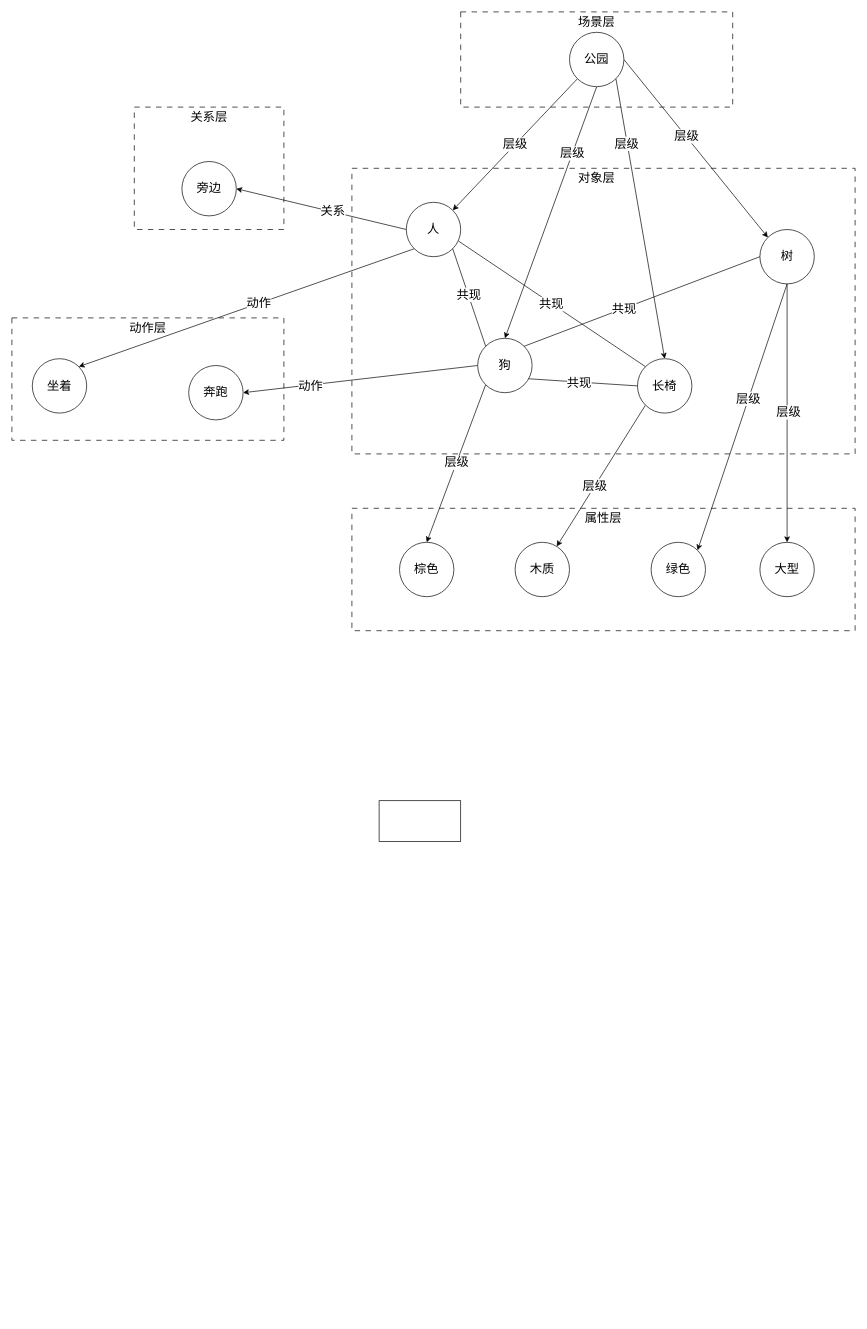
huaxiaojilzg/workflow_draw keeps this draw.io diagram as 图神经网络增强的图像检索.drawio. Above is the earlier version. Source tidied: cells renumbered, new cells numbered last; positions are measured from the earlier drawing's top-left corner, leaving out a move shared by most shapes. Both pictures are drawn from the tidied source at 68%, with x=0, y=0 at pixel (12, 12).
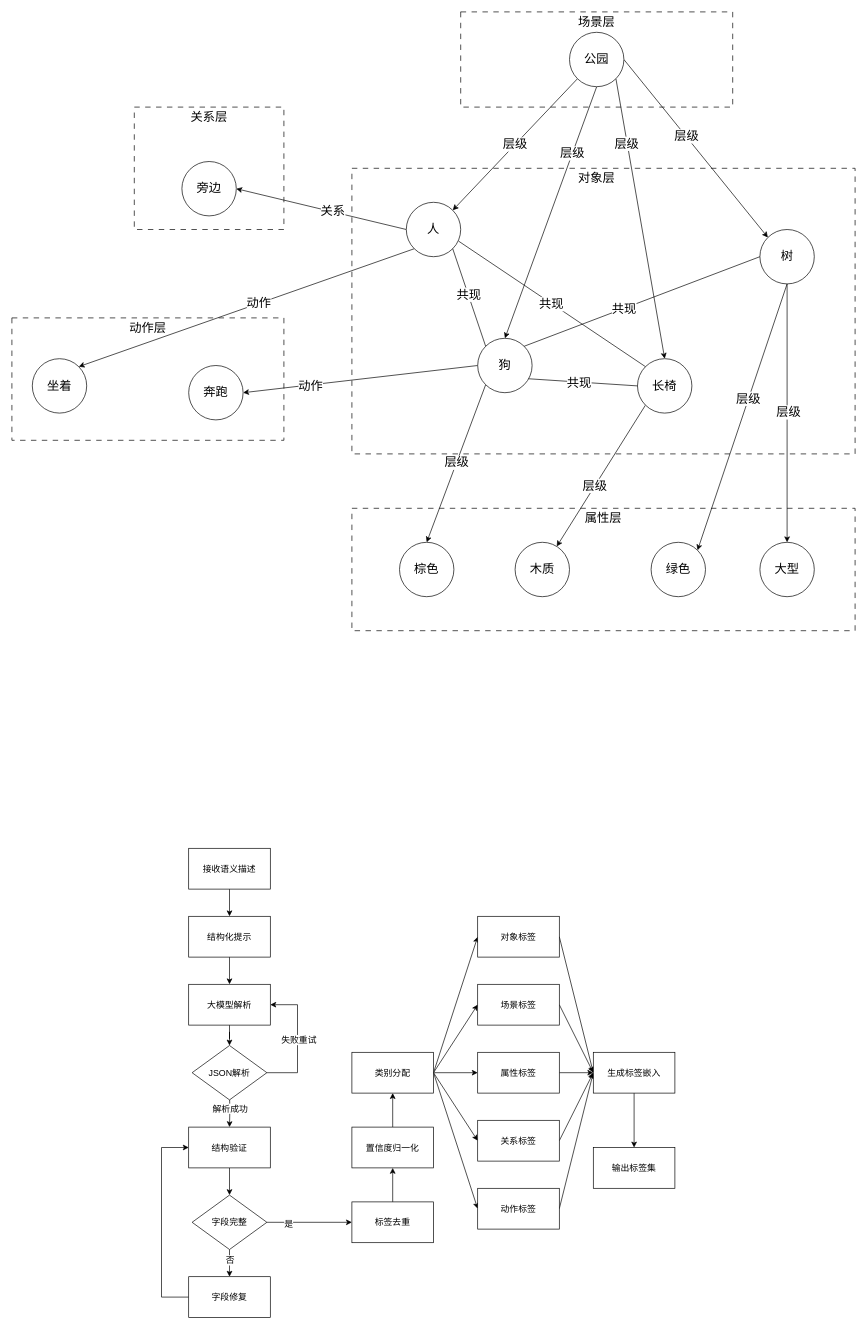
After the change.

Commit message:
更新图神经网络增强的图像检索.drawio

The edit, as a diff of the source:
```diff
@@
+    <mxCell id="55" style="edgeStyle=orthogonalEdgeStyle;rounded=0;jettySize=auto;html=1;fontSize=13;" parent="1" edge="1" source="54" target="57">
+      <mxGeometry relative="1" as="geometry" />
+    </mxCell>
-    <mxCell id="54" style="rounded=0;whiteSpace=wrap;html=1;" parent="1" vertex="1">
-      <mxGeometry x="540" y="1160" width="120" height="60" as="geometry" />
+    <mxCell id="54" value="接收语义描述" style="rounded=0;whiteSpace=wrap;html=1;fontSize=13;" parent="1" vertex="1">
+      <mxGeometry x="260" y="1230" width="120" height="60" as="geometry" />
     </mxCell>
+    <mxCell id="56" style="edgeStyle=orthogonalEdgeStyle;rounded=0;jettySize=auto;html=1;fontSize=13;" parent="1" edge="1" source="57" target="59">
+      <mxGeometry relative="1" as="geometry" />
+    </mxCell>
+    <mxCell id="57" value="结构化提示" style="whiteSpace=wrap;html=1;rounded=0;fontSize=13;" parent="1" vertex="1">
+      <mxGeometry x="260" y="1330" width="120" height="60" as="geometry" />
+    </mxCell>
+    <mxCell id="58" style="edgeStyle=orthogonalEdgeStyle;rounded=0;jettySize=auto;html=1;fontSize=13;" parent="1" edge="1" source="59" target="66">
+      <mxGeometry relative="1" as="geometry" />
+    </mxCell>
+    <mxCell id="59" value="大模型解析" style="whiteSpace=wrap;html=1;rounded=0;fontSize=13;" parent="1" vertex="1">
+      <mxGeometry x="260" y="1430" width="120" height="60" as="geometry" />
+    </mxCell>
+    <mxCell id="60" style="edgeStyle=orthogonalEdgeStyle;rounded=0;jettySize=auto;html=1;fontSize=13;" parent="1" edge="1" target="63">
+      <mxGeometry relative="1" as="geometry">
+        <mxPoint x="320" y="1590" as="sourcePoint" />
+      </mxGeometry>
+    </mxCell>
+    <mxCell id="61" value="解析成功" style="edgeLabel;html=1;align=center;verticalAlign=middle;fontSize=13;" parent="60" vertex="1">
+      <mxGeometry x="-0.09" relative="1" as="geometry" />
+    </mxCell>
+    <mxCell id="62" style="edgeStyle=orthogonalEdgeStyle;rounded=0;jettySize=auto;html=1;fontSize=13;" parent="1" edge="1" source="63" target="71">
+      <mxGeometry relative="1" as="geometry" />
+    </mxCell>
+    <mxCell id="63" value="结构验证" style="whiteSpace=wrap;html=1;rounded=0;fontSize=13;" parent="1" vertex="1">
+      <mxGeometry x="260" y="1640" width="120" height="60" as="geometry" />
+    </mxCell>
+    <mxCell id="64" style="edgeStyle=orthogonalEdgeStyle;rounded=0;jettySize=auto;html=1;exitX=1;exitY=0.5;exitDx=0;exitDy=0;entryX=1;entryY=0.5;entryDx=0;entryDy=0;fontSize=13;" parent="1" edge="1" source="66" target="59">
+      <mxGeometry relative="1" as="geometry">
+        <Array as="points">
+          <mxPoint x="420" y="1560" />
+          <mxPoint x="420" y="1460" />
+        </Array>
+      </mxGeometry>
+    </mxCell>
+    <mxCell id="65" value="失败重试" style="edgeLabel;html=1;align=center;verticalAlign=middle;fontSize=13;" parent="64" vertex="1">
+      <mxGeometry x="0.02" y="-1" relative="1" as="geometry" />
+    </mxCell>
+    <mxCell id="66" value="JSON解析" style="rhombus;whiteSpace=wrap;html=1;rounded=0;fontSize=13;" parent="1" vertex="1">
+      <mxGeometry x="265" y="1520" width="110" height="80" as="geometry" />
+    </mxCell>
+    <mxCell id="67" style="edgeStyle=orthogonalEdgeStyle;rounded=0;jettySize=auto;html=1;exitX=1;exitY=0.5;exitDx=0;exitDy=0;entryX=0;entryY=0.5;entryDx=0;entryDy=0;fontSize=13;" parent="1" edge="1" source="71" target="73">
+      <mxGeometry relative="1" as="geometry" />
+    </mxCell>
+    <mxCell id="68" value="是" style="edgeLabel;html=1;align=center;verticalAlign=middle;fontSize=13;" parent="67" vertex="1">
+      <mxGeometry x="-0.5" y="-2" relative="1" as="geometry" />
+    </mxCell>
+    <mxCell id="69" style="edgeStyle=orthogonalEdgeStyle;rounded=0;jettySize=auto;html=1;fontSize=13;" parent="1" edge="1" source="71" target="83">
+      <mxGeometry relative="1" as="geometry" />
+    </mxCell>
+    <mxCell id="70" value="否" style="edgeLabel;html=1;align=center;verticalAlign=middle;fontSize=13;" parent="69" vertex="1">
+      <mxGeometry x="-0.44" y="1" relative="1" as="geometry">
+        <mxPoint x="-1" y="4" as="offset" />
+      </mxGeometry>
+    </mxCell>
+    <mxCell id="71" value="字段完整" style="rhombus;whiteSpace=wrap;html=1;rounded=0;fontSize=13;" parent="1" vertex="1">
+      <mxGeometry x="265" y="1740" width="110" height="80" as="geometry" />
+    </mxCell>
+    <mxCell id="72" style="edgeStyle=orthogonalEdgeStyle;rounded=0;jettySize=auto;html=1;fontSize=13;" parent="1" edge="1" source="73" target="75">
+      <mxGeometry relative="1" as="geometry" />
+    </mxCell>
+    <mxCell id="73" value="标签去重" style="whiteSpace=wrap;html=1;rounded=0;fontSize=13;" parent="1" vertex="1">
+      <mxGeometry x="500" y="1750" width="120" height="60" as="geometry" />
+    </mxCell>
+    <mxCell id="74" style="edgeStyle=orthogonalEdgeStyle;rounded=0;jettySize=auto;html=1;fontSize=13;" parent="1" edge="1" source="75" target="81">
+      <mxGeometry relative="1" as="geometry" />
+    </mxCell>
+    <mxCell id="75" value="置信度归一化" style="whiteSpace=wrap;html=1;rounded=0;fontSize=13;" parent="1" vertex="1">
+      <mxGeometry x="500" y="1640" width="120" height="60" as="geometry" />
+    </mxCell>
+    <mxCell id="76" style="rounded=0;jettySize=auto;html=1;exitX=1;exitY=0.5;exitDx=0;exitDy=0;entryX=0;entryY=0.5;entryDx=0;entryDy=0;fontSize=13;" parent="1" edge="1" source="81" target="91">
+      <mxGeometry relative="1" as="geometry" />
+    </mxCell>
+    <mxCell id="77" style="rounded=0;jettySize=auto;html=1;exitX=1;exitY=0.5;exitDx=0;exitDy=0;entryX=0;entryY=0.5;entryDx=0;entryDy=0;fontSize=13;" parent="1" edge="1" source="81" target="93">
+      <mxGeometry relative="1" as="geometry" />
+    </mxCell>
+    <mxCell id="78" style="rounded=0;jettySize=auto;html=1;exitX=1;exitY=0.5;exitDx=0;exitDy=0;entryX=0;entryY=0.5;entryDx=0;entryDy=0;fontSize=13;" parent="1" edge="1" source="81" target="89">
+      <mxGeometry relative="1" as="geometry" />
+    </mxCell>
+    <mxCell id="79" style="edgeStyle=orthogonalEdgeStyle;rounded=0;jettySize=auto;html=1;exitX=1;exitY=0.5;exitDx=0;exitDy=0;entryX=0;entryY=0.5;entryDx=0;entryDy=0;fontSize=13;" parent="1" edge="1" source="81" target="85">
+      <mxGeometry relative="1" as="geometry" />
+    </mxCell>
+    <mxCell id="80" style="rounded=0;jettySize=auto;html=1;exitX=1;exitY=0.5;exitDx=0;exitDy=0;entryX=0;entryY=0.5;entryDx=0;entryDy=0;fontSize=13;" parent="1" edge="1" source="81" target="87">
+      <mxGeometry relative="1" as="geometry" />
+    </mxCell>
+    <mxCell id="81" value="类别分配" style="whiteSpace=wrap;html=1;rounded=0;fontSize=13;" parent="1" vertex="1">
+      <mxGeometry x="500" y="1530" width="120" height="60" as="geometry" />
+    </mxCell>
+    <mxCell id="82" style="edgeStyle=orthogonalEdgeStyle;rounded=0;jettySize=auto;html=1;exitX=0;exitY=0.5;exitDx=0;exitDy=0;entryX=0;entryY=0.5;entryDx=0;entryDy=0;fontSize=13;" parent="1" edge="1" source="83" target="63">
+      <mxGeometry relative="1" as="geometry">
+        <Array as="points">
+          <mxPoint x="220" y="1890" />
+          <mxPoint x="220" y="1670" />
+        </Array>
+      </mxGeometry>
+    </mxCell>
+    <mxCell id="83" value="字段修复" style="whiteSpace=wrap;html=1;rounded=0;fontSize=13;" parent="1" vertex="1">
+      <mxGeometry x="260" y="1860" width="120" height="60" as="geometry" />
+    </mxCell>
+    <mxCell id="84" style="rounded=0;jettySize=auto;html=1;fontSize=13;" parent="1" edge="1" source="85" target="95">
+      <mxGeometry relative="1" as="geometry" />
+    </mxCell>
+    <mxCell id="85" value="属性标签" style="whiteSpace=wrap;html=1;rounded=0;fontSize=13;" parent="1" vertex="1">
+      <mxGeometry x="685" y="1530" width="120" height="60" as="geometry" />
+    </mxCell>
+    <mxCell id="86" style="rounded=0;jettySize=auto;html=1;exitX=1;exitY=0.5;exitDx=0;exitDy=0;entryX=0;entryY=0.5;entryDx=0;entryDy=0;fontSize=13;" parent="1" edge="1" source="87" target="95">
+      <mxGeometry relative="1" as="geometry" />
+    </mxCell>
+    <mxCell id="87" value="关系标签" style="whiteSpace=wrap;html=1;rounded=0;fontSize=13;" parent="1" vertex="1">
+      <mxGeometry x="685" y="1630" width="120" height="60" as="geometry" />
+    </mxCell>
+    <mxCell id="88" style="rounded=0;jettySize=auto;html=1;exitX=1;exitY=0.5;exitDx=0;exitDy=0;entryX=0;entryY=0.5;entryDx=0;entryDy=0;fontSize=13;" parent="1" edge="1" source="89" target="95">
+      <mxGeometry relative="1" as="geometry" />
+    </mxCell>
+    <mxCell id="89" value="动作标签" style="whiteSpace=wrap;html=1;rounded=0;fontSize=13;" parent="1" vertex="1">
+      <mxGeometry x="685" y="1730" width="120" height="60" as="geometry" />
+    </mxCell>
+    <mxCell id="90" style="rounded=0;jettySize=auto;html=1;exitX=1;exitY=0.5;exitDx=0;exitDy=0;entryX=0;entryY=0.5;entryDx=0;entryDy=0;fontSize=13;" parent="1" edge="1" source="91" target="95">
+      <mxGeometry relative="1" as="geometry" />
+    </mxCell>
+    <mxCell id="91" value="对象标签" style="whiteSpace=wrap;html=1;rounded=0;fontSize=13;" parent="1" vertex="1">
+      <mxGeometry x="685" y="1330" width="120" height="60" as="geometry" />
+    </mxCell>
+    <mxCell id="92" style="rounded=0;jettySize=auto;html=1;exitX=1;exitY=0.5;exitDx=0;exitDy=0;entryX=0;entryY=0.5;entryDx=0;entryDy=0;fontSize=13;" parent="1" edge="1" source="93" target="95">
+      <mxGeometry relative="1" as="geometry" />
+    </mxCell>
+    <mxCell id="93" value="场景标签" style="whiteSpace=wrap;html=1;rounded=0;fontSize=13;" parent="1" vertex="1">
+      <mxGeometry x="685" y="1430" width="120" height="60" as="geometry" />
+    </mxCell>
+    <mxCell id="94" style="edgeStyle=orthogonalEdgeStyle;rounded=0;jettySize=auto;html=1;fontSize=13;" parent="1" edge="1" source="95" target="96">
+      <mxGeometry relative="1" as="geometry" />
+    </mxCell>
+    <mxCell id="95" value="生成标签嵌入" style="whiteSpace=wrap;html=1;rounded=0;fontSize=13;" parent="1" vertex="1">
+      <mxGeometry x="855" y="1530" width="120" height="60" as="geometry" />
+    </mxCell>
+    <mxCell id="96" value="输出标签集" style="whiteSpace=wrap;html=1;rounded=0;fontSize=13;" parent="1" vertex="1">
+      <mxGeometry x="855" y="1670" width="120" height="60" as="geometry" />
+    </mxCell>
```
